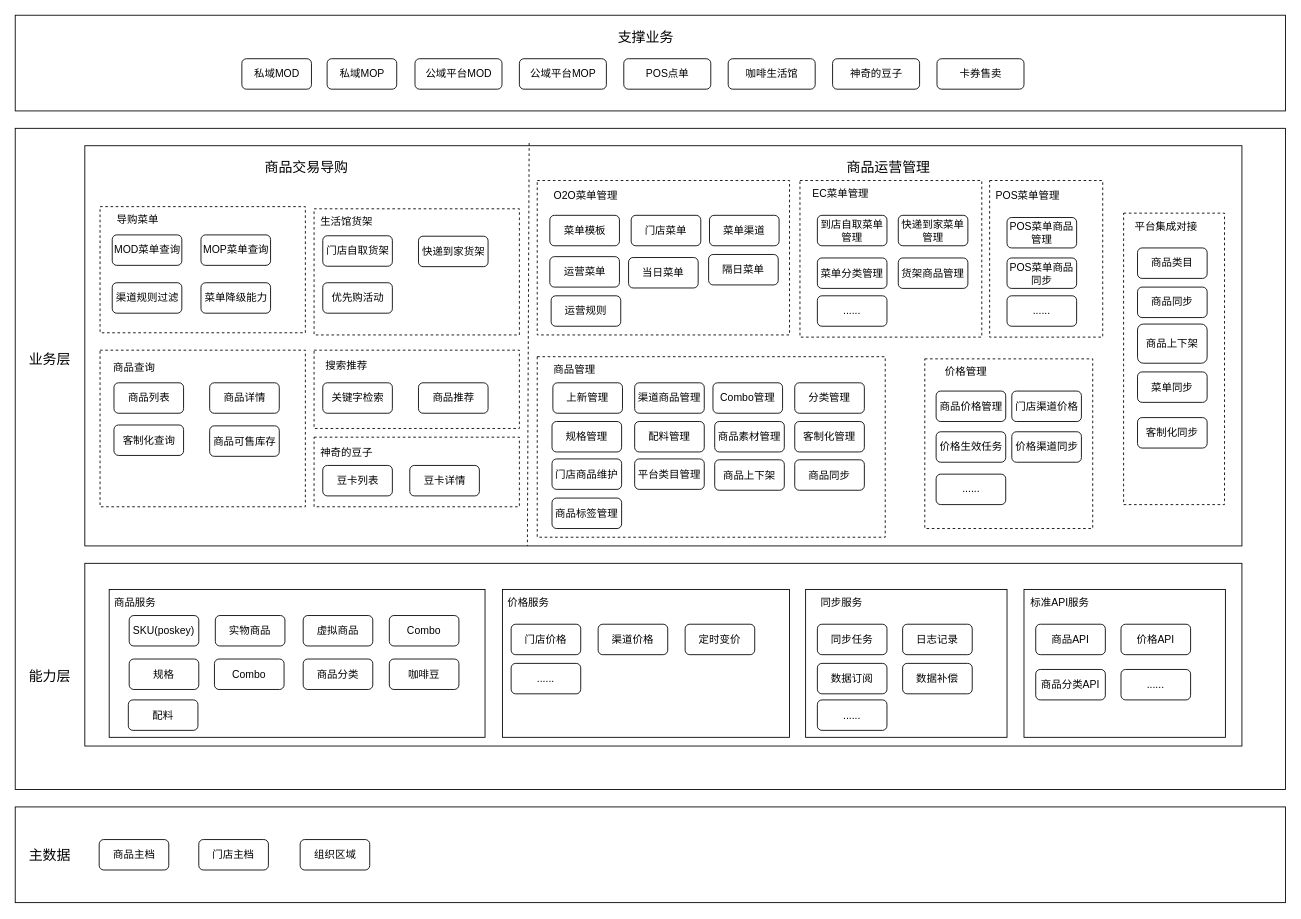
alexzhang2015/PC2.0 keeps this draw.io diagram as PC2.0业务架构.drawio. Above is the earlier version. Source tidied: cells renumbered, new cells numbered last; positions are measured from the earlier drawing's top-left corner, leaving out a move shared by most shapes. Both pictures are drawn from the tidied source at 87%, with x=0, y=0 at pixel (15, 15).
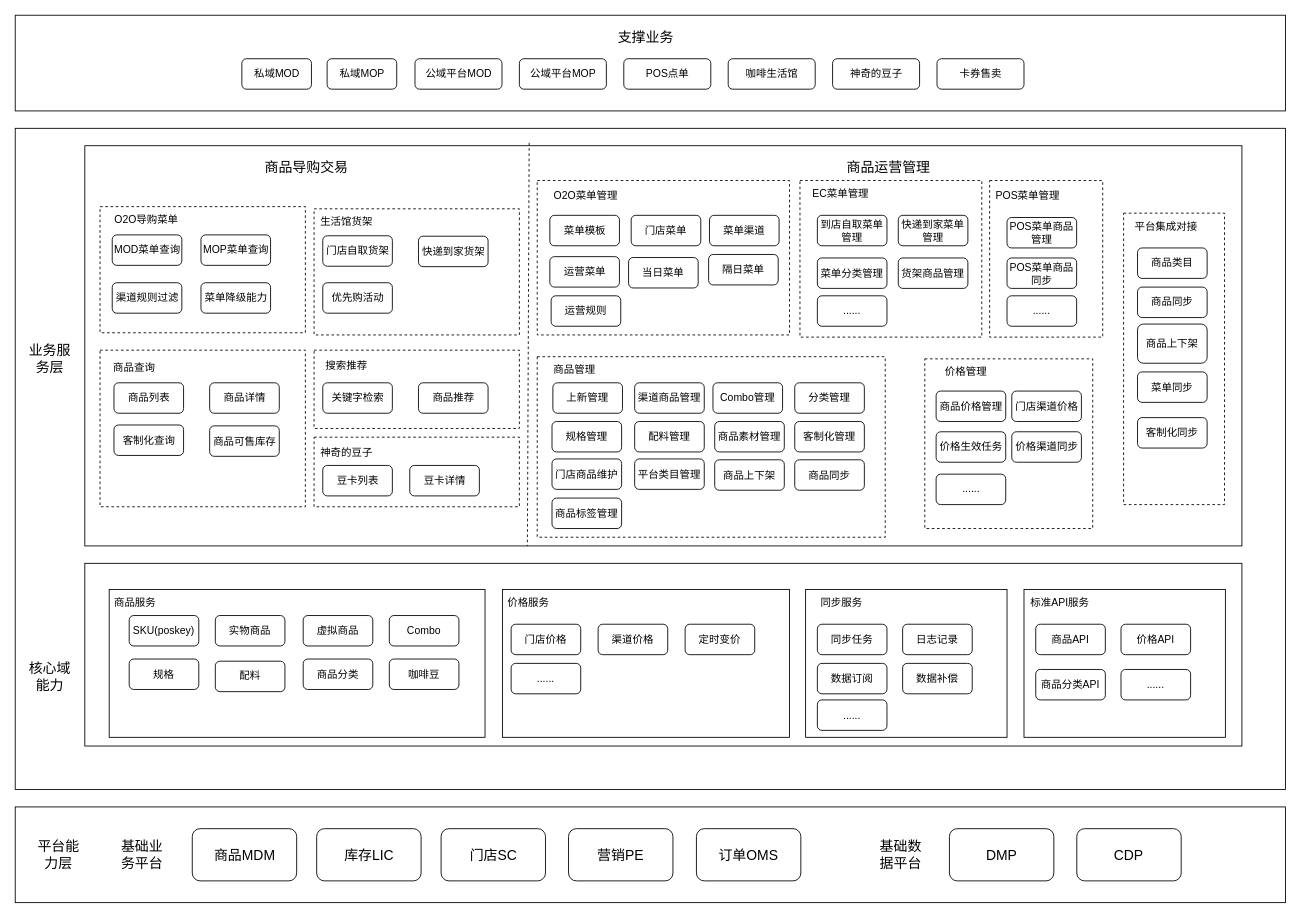
The same diagram, later.

Commit message (it also covers changes not shown here):
更新PC2.0业务架构.drawio

The edit, as a diff of the source:
```diff
@@
-    <mxCell id="13" value="业务层" style="text;html=1;align=center;verticalAlign=middle;whiteSpace=wrap;rounded=0;fontSize=16;" parent="1" vertex="1">
+    <mxCell id="13" value="业务服务层" style="text;html=1;align=center;verticalAlign=middle;whiteSpace=wrap;rounded=0;fontSize=16;" parent="1" vertex="1">
       <mxGeometry x="10" y="380" width="60" height="30" as="geometry" />
     </mxCell>
@@
-    <mxCell id="16" value="能力层" style="text;html=1;align=center;verticalAlign=middle;whiteSpace=wrap;rounded=0;fontSize=16;" parent="1" vertex="1">
+    <mxCell id="16" value="核心域能力" style="text;html=1;align=center;verticalAlign=middle;whiteSpace=wrap;rounded=0;fontSize=16;" parent="1" vertex="1">
       <mxGeometry x="10" y="745" width="60" height="30" as="geometry" />
     </mxCell>
@@
     <mxCell id="22" value="配料" style="rounded=1;whiteSpace=wrap;html=1;" parent="1" vertex="1">
-      <mxGeometry x="130" y="787" width="80" height="35" as="geometry" />
+      <mxGeometry x="230" y="742.5" width="80" height="35" as="geometry" />
     </mxCell>
@@
-    <mxCell id="26" value="Combo" style="rounded=1;whiteSpace=wrap;html=1;" parent="1" vertex="1">
-      <mxGeometry x="229" y="740" width="80" height="35" as="geometry" />
-    </mxCell>
@@
-    <mxCell id="60" value="导购菜单" style="text;html=1;align=center;verticalAlign=middle;whiteSpace=wrap;rounded=0;" parent="1" vertex="1">
-      <mxGeometry x="87.5" y="220" width="106" height="30" as="geometry" />
+    <mxCell id="60" value="O2O导购菜单" style="text;html=1;align=center;verticalAlign=middle;whiteSpace=wrap;rounded=0;" parent="1" vertex="1">
+      <mxGeometry x="97.5" y="220" width="106" height="30" as="geometry" />
     </mxCell>
@@
-    <mxCell id="84" value="商品交易导购" style="text;html=1;align=center;verticalAlign=middle;whiteSpace=wrap;rounded=0;fontSize=16;" parent="1" vertex="1">
+    <mxCell id="84" value="商品导购交易" style="text;html=1;align=center;verticalAlign=middle;whiteSpace=wrap;rounded=0;fontSize=16;" parent="1" vertex="1">
       <mxGeometry x="280" y="160" width="110" height="30" as="geometry" />
     </mxCell>
@@
-    <mxCell id="126" value="主数据" style="text;html=1;align=center;verticalAlign=middle;whiteSpace=wrap;rounded=0;fontSize=16;" parent="1" vertex="1">
-      <mxGeometry x="10" y="950" width="60" height="30" as="geometry" />
-    </mxCell>
-    <mxCell id="127" value="商品主档" style="rounded=1;whiteSpace=wrap;html=1;" parent="1" vertex="1">
-      <mxGeometry x="96.5" y="947.5" width="80" height="35" as="geometry" />
-    </mxCell>
-    <mxCell id="128" value="门店主档" style="rounded=1;whiteSpace=wrap;html=1;" parent="1" vertex="1">
-      <mxGeometry x="211" y="947.5" width="80" height="35" as="geometry" />
-    </mxCell>
-    <mxCell id="129" value="组织区域" style="rounded=1;whiteSpace=wrap;html=1;" parent="1" vertex="1">
-      <mxGeometry x="327.5" y="947.5" width="80" height="35" as="geometry" />
-    </mxCell>
+    <mxCell id="130" value="&lt;span style=&quot;font-size: 16px;&quot;&gt;商品MDM&lt;/span&gt;" style="rounded=1;whiteSpace=wrap;html=1;" parent="1" vertex="1">
+      <mxGeometry x="203.5" y="935" width="120" height="60" as="geometry" />
+    </mxCell>
+    <mxCell id="131" value="&lt;span style=&quot;font-size: 16px;&quot;&gt;库存LIC&lt;/span&gt;" style="rounded=1;whiteSpace=wrap;html=1;" parent="1" vertex="1">
+      <mxGeometry x="346.5" y="935" width="120" height="60" as="geometry" />
+    </mxCell>
+    <mxCell id="132" value="&lt;span style=&quot;font-size: 16px;&quot;&gt;门店SC&lt;/span&gt;" style="rounded=1;whiteSpace=wrap;html=1;" parent="1" vertex="1">
+      <mxGeometry x="489.5" y="935" width="120" height="60" as="geometry" />
+    </mxCell>
+    <mxCell id="133" value="基础业务平台" style="text;html=1;align=center;verticalAlign=middle;whiteSpace=wrap;rounded=0;fontSize=16;" parent="1" vertex="1">
+      <mxGeometry x="116" y="950" width="60" height="30" as="geometry" />
+    </mxCell>
+    <mxCell id="134" value="&lt;span style=&quot;font-size: 16px;&quot;&gt;营销PE&lt;/span&gt;" style="rounded=1;whiteSpace=wrap;html=1;" parent="1" vertex="1">
+      <mxGeometry x="636" y="935" width="120" height="60" as="geometry" />
+    </mxCell>
+    <mxCell id="135" value="基础数据平台" style="text;html=1;align=center;verticalAlign=middle;whiteSpace=wrap;rounded=0;fontSize=16;" parent="1" vertex="1">
+      <mxGeometry x="987.8" y="950" width="60" height="30" as="geometry" />
+    </mxCell>
+    <mxCell id="136" value="&lt;span style=&quot;font-size: 16px;&quot;&gt;DMP&lt;/span&gt;" style="rounded=1;whiteSpace=wrap;html=1;" parent="1" vertex="1">
+      <mxGeometry x="1073.8" y="935" width="120" height="60" as="geometry" />
+    </mxCell>
+    <mxCell id="137" value="&lt;span style=&quot;font-size: 16px;&quot;&gt;CDP&lt;/span&gt;" style="rounded=1;whiteSpace=wrap;html=1;" parent="1" vertex="1">
+      <mxGeometry x="1220.2" y="935" width="120" height="60" as="geometry" />
+    </mxCell>
+    <mxCell id="138" value="&lt;span style=&quot;font-size: 16px;&quot;&gt;订单OMS&lt;/span&gt;" style="rounded=1;whiteSpace=wrap;html=1;" parent="1" vertex="1">
+      <mxGeometry x="783" y="935" width="120" height="60" as="geometry" />
+    </mxCell>
+    <mxCell id="139" value="平台能力层" style="text;html=1;align=center;verticalAlign=middle;whiteSpace=wrap;rounded=0;fontSize=16;" parent="1" vertex="1">
+      <mxGeometry x="20" y="950" width="60" height="30" as="geometry" />
+    </mxCell>
```
